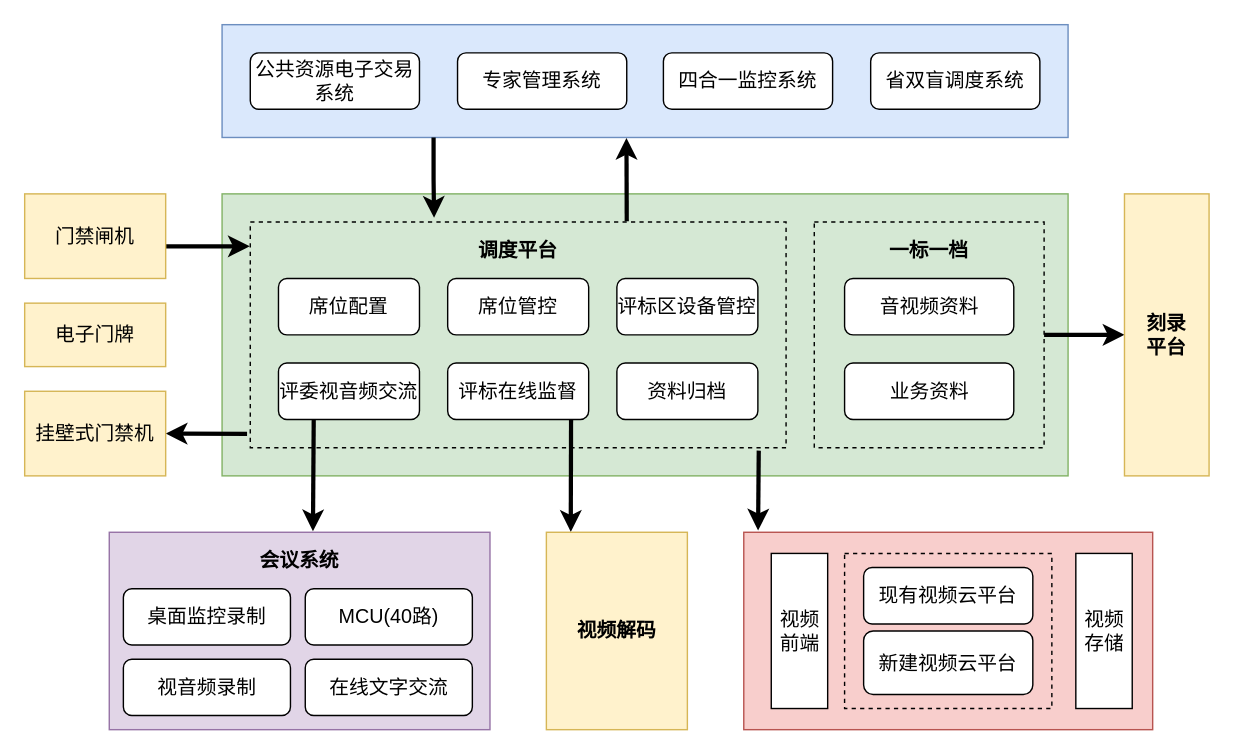
JaceLu/Docs keeps this draw.io diagram as 调度系统架构图.drawio. Above is the earlier version. Source tidied: cells renumbered, new cells numbered last; positions are measured from the earlier drawing's top-left corner, leaving out a move shared by most shapes. Both pictures are drawn from the tidied source at 141%, with x=0, y=0 at pixel (24, 24).
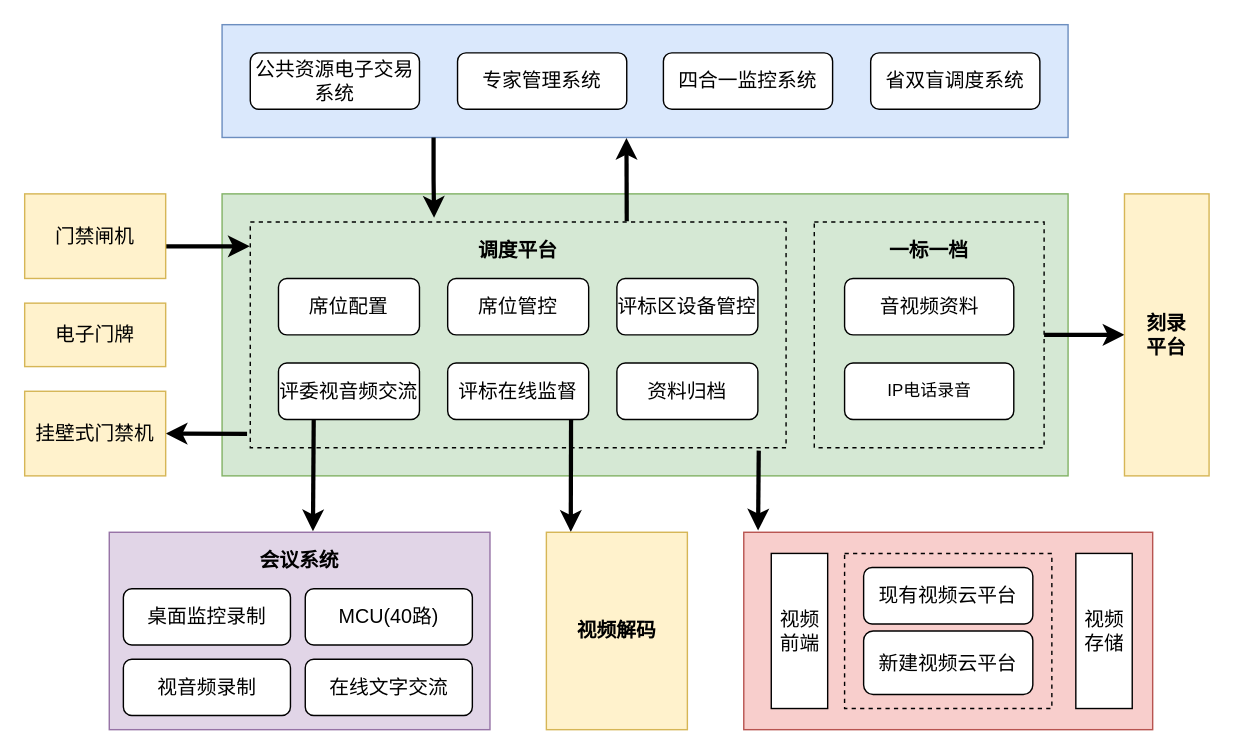
Above is the later version.

Commit message:
更新调度系统架构图.drawio

The edit, as a diff of the source:
```diff
@@
-    <mxCell id="20" value="&lt;span style=&quot;font-size: 14px;&quot;&gt;业务资料&lt;/span&gt;" style="rounded=1;whiteSpace=wrap;html=1;fontFamily=Helvetica;" parent="1" vertex="1">
+    <mxCell id="20" value="IP电话录音" style="rounded=1;whiteSpace=wrap;html=1;fontFamily=Helvetica;" parent="1" vertex="1">
       <mxGeometry x="581.5" y="240" width="120" height="40" as="geometry" />
     </mxCell>
```
